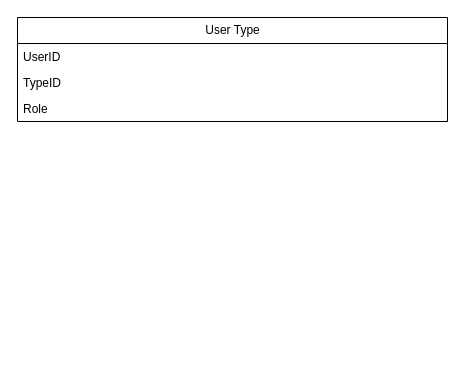
Before: Tables.drawio in Stormtroopper/HTML-layout-learning, a draw.io diagram. Source tidied: cells renumbered, new cells numbered last; positions are measured from the earlier drawing's top-left corner, leaving out a move shared by most shapes. Both pictures are drawn from the tidied source at 100%, with x=0, y=0 at pixel (17, 17).
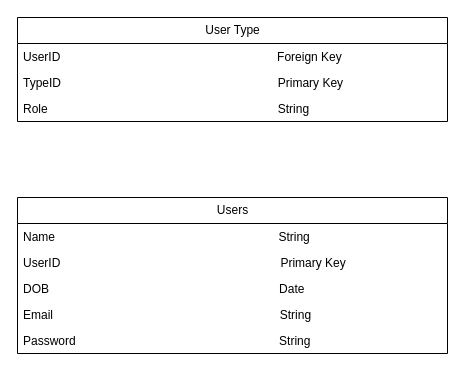
The same page after the edit.

What changed in the source:
```diff
@@
 <mxGraphModel>
   <root>
     <mxCell id="0" />
     <mxCell id="1" parent="0" />
     <mxCell id="2" value="User Type" style="swimlane;fontStyle=0;horizontal=1;startSize=26;fillColor=none;html=1;" parent="1" vertex="1">
       <mxGeometry width="430" height="104" as="geometry" />
     </mxCell>
-    <mxCell id="3" value="UserID" style="text;strokeColor=none;fillColor=none;align=left;verticalAlign=top;spacingLeft=4;spacingRight=4;overflow=hidden;whiteSpace=wrap;html=1;" parent="2" vertex="1">
+    <mxCell id="3" value="UserID&amp;nbsp; &amp;nbsp; &amp;nbsp; &amp;nbsp; &amp;nbsp; &amp;nbsp; &amp;nbsp; &amp;nbsp; &amp;nbsp; &amp;nbsp; &amp;nbsp; &amp;nbsp; &amp;nbsp; &amp;nbsp; &amp;nbsp; &amp;nbsp; &amp;nbsp; &amp;nbsp; &amp;nbsp; &amp;nbsp; &amp;nbsp; &amp;nbsp; &amp;nbsp; &amp;nbsp; &amp;nbsp; &amp;nbsp; &amp;nbsp; &amp;nbsp; &amp;nbsp; &amp;nbsp; &amp;nbsp; &amp;nbsp; &amp;nbsp;Foreign Key&amp;nbsp; &amp;nbsp; &amp;nbsp; &amp;nbsp; &amp;nbsp; &amp;nbsp;" style="text;strokeColor=none;fillColor=none;align=left;verticalAlign=top;spacingLeft=4;spacingRight=4;overflow=hidden;whiteSpace=wrap;html=1;" parent="2" vertex="1">
       <mxGeometry y="26" width="430" height="26" as="geometry" />
     </mxCell>
-    <mxCell id="4" value="TypeID&lt;div&gt;&lt;br&gt;&lt;/div&gt;" style="text;strokeColor=none;fillColor=none;align=left;verticalAlign=top;spacingLeft=4;spacingRight=4;overflow=hidden;whiteSpace=wrap;html=1;" parent="2" vertex="1">
+    <mxCell id="4" value="TypeID&amp;nbsp; &amp;nbsp; &amp;nbsp; &amp;nbsp; &amp;nbsp; &amp;nbsp; &amp;nbsp; &amp;nbsp; &amp;nbsp; &amp;nbsp; &amp;nbsp; &amp;nbsp; &amp;nbsp; &amp;nbsp; &amp;nbsp; &amp;nbsp; &amp;nbsp; &amp;nbsp; &amp;nbsp; &amp;nbsp; &amp;nbsp; &amp;nbsp; &amp;nbsp; &amp;nbsp; &amp;nbsp; &amp;nbsp; &amp;nbsp; &amp;nbsp; &amp;nbsp; &amp;nbsp; &amp;nbsp; &amp;nbsp; &amp;nbsp;Primary Key&lt;div&gt;&lt;br&gt;&lt;/div&gt;" style="text;strokeColor=none;fillColor=none;align=left;verticalAlign=top;spacingLeft=4;spacingRight=4;overflow=hidden;whiteSpace=wrap;html=1;" parent="2" vertex="1">
       <mxGeometry y="52" width="430" height="26" as="geometry" />
     </mxCell>
-    <mxCell id="5" value="Role" style="text;strokeColor=none;fillColor=none;align=left;verticalAlign=top;spacingLeft=4;spacingRight=4;overflow=hidden;whiteSpace=wrap;html=1;" parent="2" vertex="1">
+    <mxCell id="5" value="Role&amp;nbsp; &amp;nbsp; &amp;nbsp; &amp;nbsp; &amp;nbsp; &amp;nbsp; &amp;nbsp; &amp;nbsp; &amp;nbsp; &amp;nbsp; &amp;nbsp; &amp;nbsp; &amp;nbsp; &amp;nbsp; &amp;nbsp; &amp;nbsp; &amp;nbsp; &amp;nbsp; &amp;nbsp; &amp;nbsp; &amp;nbsp; &amp;nbsp; &amp;nbsp; &amp;nbsp; &amp;nbsp; &amp;nbsp; &amp;nbsp; &amp;nbsp; &amp;nbsp; &amp;nbsp; &amp;nbsp; &amp;nbsp; &amp;nbsp; &amp;nbsp; &amp;nbsp;String" style="text;strokeColor=none;fillColor=none;align=left;verticalAlign=top;spacingLeft=4;spacingRight=4;overflow=hidden;whiteSpace=wrap;html=1;" parent="2" vertex="1">
       <mxGeometry y="78" width="430" height="26" as="geometry" />
     </mxCell>
+    <mxCell id="6" value="Users" style="swimlane;fontStyle=0;horizontal=1;startSize=26;fillColor=none;html=1;" parent="1" vertex="1">
+      <mxGeometry y="180" width="430" height="156" as="geometry" />
+    </mxCell>
+    <mxCell id="7" value="Name&amp;nbsp; &amp;nbsp; &amp;nbsp; &amp;nbsp; &amp;nbsp; &amp;nbsp; &amp;nbsp; &amp;nbsp; &amp;nbsp; &amp;nbsp; &amp;nbsp; &amp;nbsp; &amp;nbsp; &amp;nbsp; &amp;nbsp; &amp;nbsp; &amp;nbsp; &amp;nbsp; &amp;nbsp; &amp;nbsp; &amp;nbsp; &amp;nbsp; &amp;nbsp; &amp;nbsp; &amp;nbsp; &amp;nbsp; &amp;nbsp; &amp;nbsp; &amp;nbsp; &amp;nbsp; &amp;nbsp; &amp;nbsp; &amp;nbsp; &amp;nbsp;String" style="text;strokeColor=none;fillColor=none;align=left;verticalAlign=top;spacingLeft=4;spacingRight=4;overflow=hidden;whiteSpace=wrap;html=1;" parent="6" vertex="1">
+      <mxGeometry y="26" width="430" height="26" as="geometry" />
+    </mxCell>
+    <mxCell id="8" value="UserID&amp;nbsp; &amp;nbsp; &amp;nbsp; &amp;nbsp; &amp;nbsp; &amp;nbsp; &amp;nbsp; &amp;nbsp; &amp;nbsp; &amp;nbsp; &amp;nbsp; &amp;nbsp; &amp;nbsp; &amp;nbsp; &amp;nbsp; &amp;nbsp; &amp;nbsp; &amp;nbsp; &amp;nbsp; &amp;nbsp; &amp;nbsp; &amp;nbsp; &amp;nbsp; &amp;nbsp; &amp;nbsp; &amp;nbsp; &amp;nbsp; &amp;nbsp; &amp;nbsp; &amp;nbsp; &amp;nbsp; &amp;nbsp; &amp;nbsp; Primary Key" style="text;strokeColor=none;fillColor=none;align=left;verticalAlign=top;spacingLeft=4;spacingRight=4;overflow=hidden;whiteSpace=wrap;html=1;" parent="6" vertex="1">
+      <mxGeometry y="52" width="430" height="26" as="geometry" />
+    </mxCell>
+    <mxCell id="9" value="DOB&amp;nbsp; &amp;nbsp; &amp;nbsp; &amp;nbsp; &amp;nbsp; &amp;nbsp; &amp;nbsp; &amp;nbsp; &amp;nbsp; &amp;nbsp; &amp;nbsp; &amp;nbsp; &amp;nbsp; &amp;nbsp; &amp;nbsp; &amp;nbsp; &amp;nbsp; &amp;nbsp; &amp;nbsp; &amp;nbsp; &amp;nbsp; &amp;nbsp; &amp;nbsp; &amp;nbsp; &amp;nbsp; &amp;nbsp; &amp;nbsp; &amp;nbsp; &amp;nbsp; &amp;nbsp; &amp;nbsp; &amp;nbsp; &amp;nbsp; &amp;nbsp; &amp;nbsp;Date" style="text;strokeColor=none;fillColor=none;align=left;verticalAlign=top;spacingLeft=4;spacingRight=4;overflow=hidden;whiteSpace=wrap;html=1;" parent="6" vertex="1">
+      <mxGeometry y="78" width="430" height="26" as="geometry" />
+    </mxCell>
+    <mxCell id="10" value="Email&amp;nbsp; &amp;nbsp; &amp;nbsp; &amp;nbsp; &amp;nbsp; &amp;nbsp; &amp;nbsp; &amp;nbsp; &amp;nbsp; &amp;nbsp; &amp;nbsp; &amp;nbsp; &amp;nbsp; &amp;nbsp; &amp;nbsp; &amp;nbsp; &amp;nbsp; &amp;nbsp; &amp;nbsp; &amp;nbsp; &amp;nbsp; &amp;nbsp; &amp;nbsp; &amp;nbsp; &amp;nbsp; &amp;nbsp; &amp;nbsp; &amp;nbsp; &amp;nbsp; &amp;nbsp; &amp;nbsp; &amp;nbsp; &amp;nbsp; &amp;nbsp; String&lt;div&gt;&lt;br&gt;&lt;/div&gt;" style="text;strokeColor=none;fillColor=none;align=left;verticalAlign=top;spacingLeft=4;spacingRight=4;overflow=hidden;whiteSpace=wrap;html=1;" parent="6" vertex="1">
+      <mxGeometry y="104" width="430" height="26" as="geometry" />
+    </mxCell>
+    <mxCell id="11" value="&lt;div&gt;Password&amp;nbsp; &amp;nbsp; &amp;nbsp; &amp;nbsp; &amp;nbsp; &amp;nbsp; &amp;nbsp; &amp;nbsp; &amp;nbsp; &amp;nbsp; &amp;nbsp; &amp;nbsp; &amp;nbsp; &amp;nbsp; &amp;nbsp; &amp;nbsp; &amp;nbsp; &amp;nbsp; &amp;nbsp; &amp;nbsp; &amp;nbsp; &amp;nbsp; &amp;nbsp; &amp;nbsp; &amp;nbsp; &amp;nbsp; &amp;nbsp; &amp;nbsp; &amp;nbsp; &amp;nbsp; &amp;nbsp;String&lt;/div&gt;" style="text;strokeColor=none;fillColor=none;align=left;verticalAlign=top;spacingLeft=4;spacingRight=4;overflow=hidden;whiteSpace=wrap;html=1;" parent="6" vertex="1">
+      <mxGeometry y="130" width="430" height="26" as="geometry" />
+    </mxCell>
   </root>
 </mxGraphModel>
```
